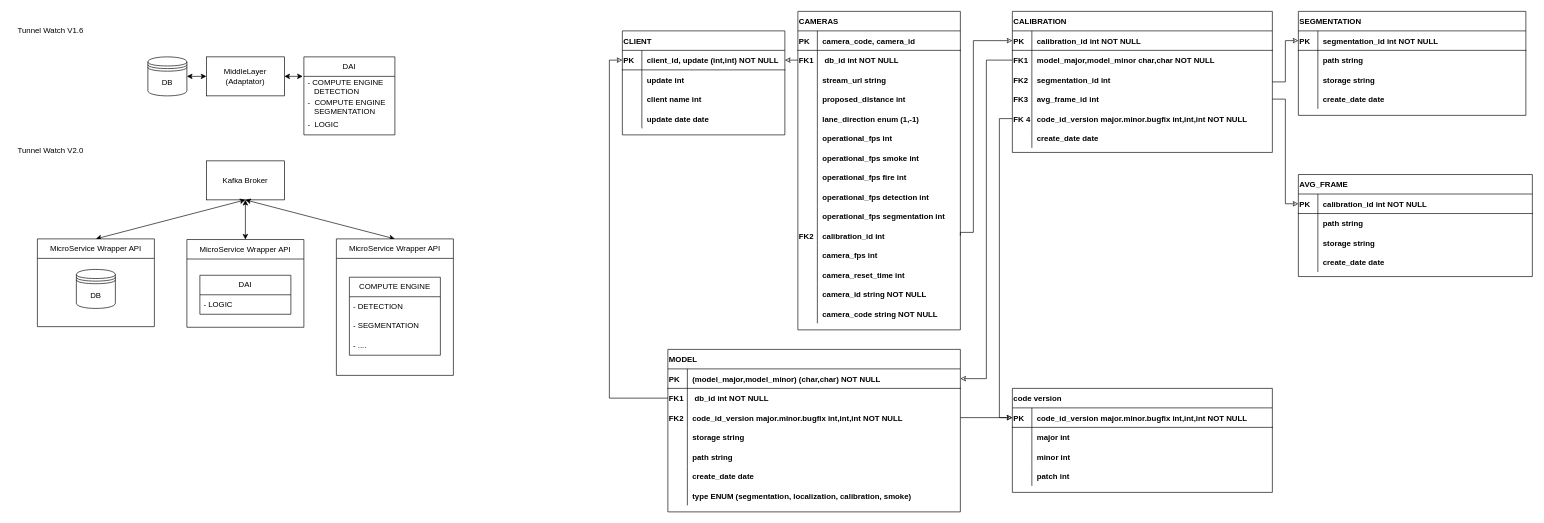
The draw.io diagram DIRIF_ENTITY_RELATIONSHIP.drawio in Mona-Cyclope/DrawIOGraphs, before the edit. Source tidied: cells renumbered, new cells numbered last; positions are measured from the earlier drawing's top-left corner, leaving out a move shared by most shapes. Both pictures are drawn from the tidied source at 65%, with x=0, y=0 at pixel (11, 11).
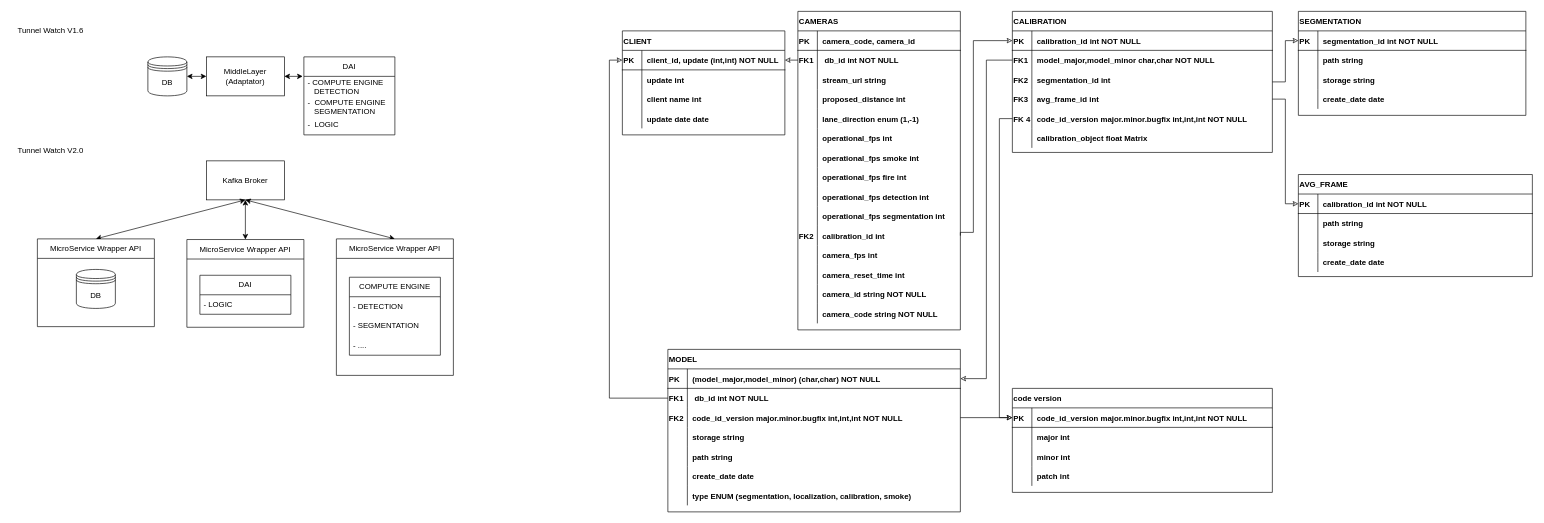
After the change.

Commit message (it also covers changes not shown here):
Mettre à jour DIRIF_ENTITY_RELATIONSHIP.drawio

Unchanged cells that the change refers to:
```xml
<mxCell id="128" style="shape=tableRow;horizontal=0;startSize=0;swimlaneHead=0;swimlaneBody=0;top=0;left=0;right=0;bottom=0;strokeWidth=1;fontStyle=1;align=left;fillOpacity=0;" parent="112" vertex="1">
  <mxGeometry y="180" width="400" height="30" as="geometry" />
</mxCell>
```

The edit, as a diff of the source:
```diff
@@
-    <mxCell id="130" value="create_date date" style="shape=partialRectangle;top=0;left=0;bottom=0;right=0;align=left;spacingLeft=6;overflow=hidden;strokeWidth=1;startSize=30;fontStyle=1;fillOpacity=0;" parent="128" vertex="1">
+    <mxCell id="130" value="calibration_object float Matrix" style="shape=partialRectangle;top=0;left=0;bottom=0;right=0;align=left;spacingLeft=6;overflow=hidden;strokeWidth=1;startSize=30;fontStyle=1;fillOpacity=0;" parent="128" vertex="1">
       <mxGeometry x="30" width="370" height="30" as="geometry" />
     </mxCell>
```
